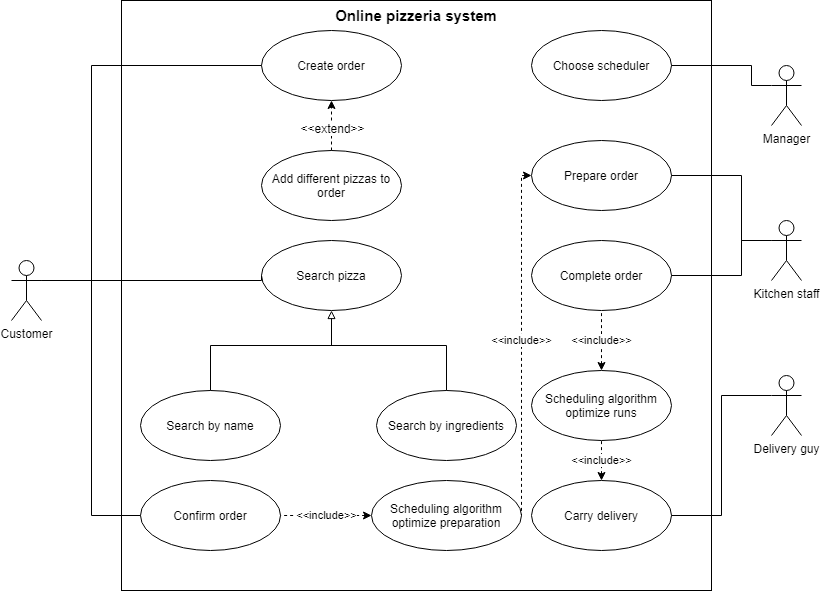
The draw.io diagram docs/assets/images/PizzeriaUseCaseUML.png in tamas-balog/afp2-harmas-csapat, before a commit. Source tidied: cells renumbered, new cells last; positions are measured from the earlier drawing's top-left corner, leaving out a move shared by most shapes.
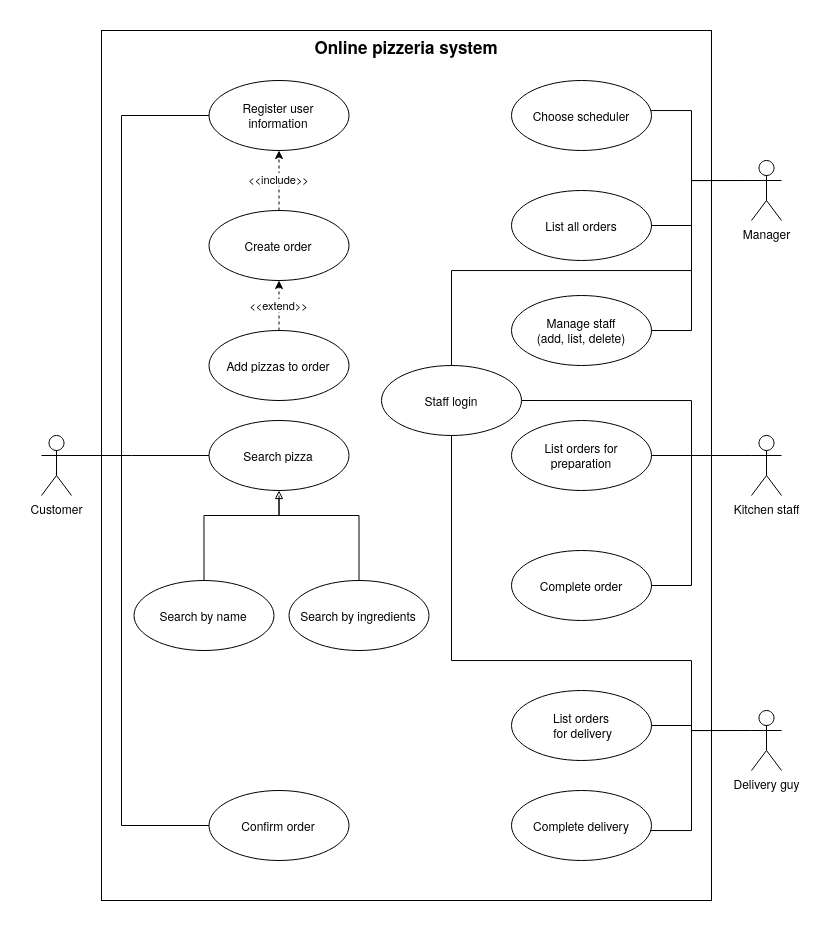
The same diagram one commit later.

Commit message:
Change use case UML diagram

Change to the diagram source:
```diff
@@ -2,146 +2,192 @@
   <root>
     <mxCell id="0" />
     <mxCell id="1" parent="0" />
-    <mxCell id="2" value="Online pizzeria system" style="whiteSpace=wrap;html=1;fillColor=none;verticalAlign=top;fontStyle=1;fontSize=15;" parent="1" vertex="1">
-      <mxGeometry x="110" width="590" height="590" as="geometry" />
+    <mxCell id="2" value="Online pizzeria system" style="rounded=0;whiteSpace=wrap;html=1;labelBackgroundColor=none;fillColor=none;fontColor=#000000;align=center;verticalAlign=top;fontStyle=1;fontSize=17;" parent="1" vertex="1">
+      <mxGeometry x="-160" y="20" width="610" height="870" as="geometry" />
     </mxCell>
-    <mxCell id="3" style="edgeStyle=orthogonalEdgeStyle;rounded=0;jettySize=auto;html=1;exitX=1;exitY=0.3333333333333333;exitDx=0;exitDy=0;exitPerimeter=0;entryX=0;entryY=0.5;entryDx=0;entryDy=0;endArrow=none;endFill=0;" parent="1" edge="1" source="6" target="9">
+    <mxCell id="3" style="edgeStyle=orthogonalEdgeStyle;rounded=0;jettySize=auto;html=1;exitX=1;exitY=0.3333333333333333;exitDx=0;exitDy=0;exitPerimeter=0;entryX=0;entryY=0.5;entryDx=0;entryDy=0;endArrow=none;endFill=0;" parent="1" edge="1" source="6" target="35">
       <mxGeometry relative="1" as="geometry">
         <Array as="points">
-          <mxPoint x="80" y="280" />
-          <mxPoint x="80" y="65" />
+          <mxPoint x="-140" y="445" />
+          <mxPoint x="-140" y="105" />
         </Array>
       </mxGeometry>
     </mxCell>
     <mxCell id="4" style="edgeStyle=orthogonalEdgeStyle;rounded=0;jettySize=auto;html=1;exitX=1;exitY=0.3333333333333333;exitDx=0;exitDy=0;exitPerimeter=0;entryX=0;entryY=0.5;entryDx=0;entryDy=0;endArrow=none;endFill=0;" parent="1" edge="1" source="6" target="14">
       <mxGeometry relative="1" as="geometry">
         <Array as="points">
-          <mxPoint x="250" y="280" />
+          <mxPoint x="-130" y="445" />
+          <mxPoint x="-130" y="445" />
         </Array>
       </mxGeometry>
     </mxCell>
     <mxCell id="5" style="edgeStyle=orthogonalEdgeStyle;rounded=0;jettySize=auto;html=1;exitX=1;exitY=0.3333333333333333;exitDx=0;exitDy=0;exitPerimeter=0;entryX=0;entryY=0.5;entryDx=0;entryDy=0;startArrow=none;startFill=0;endArrow=none;endFill=0;" parent="1" edge="1" source="6" target="31">
       <mxGeometry relative="1" as="geometry">
         <Array as="points">
-          <mxPoint x="80" y="280" />
-          <mxPoint x="80" y="515" />
+          <mxPoint x="-140" y="445" />
+          <mxPoint x="-140" y="815" />
         </Array>
       </mxGeometry>
     </mxCell>
     <mxCell id="6" value="Customer" style="shape=umlActor;verticalLabelPosition=bottom;labelBackgroundColor=#ffffff;verticalAlign=top;html=1;outlineConnect=0;fillColor=none;" parent="1" vertex="1">
-      <mxGeometry y="260" width="30" height="60" as="geometry" />
+      <mxGeometry x="-220" y="425" width="30" height="60" as="geometry" />
     </mxCell>
-    <mxCell id="7" style="edgeStyle=orthogonalEdgeStyle;rounded=0;jettySize=auto;html=1;exitX=0;exitY=0.3333333333333333;exitDx=0;exitDy=0;exitPerimeter=0;entryX=1;entryY=0.5;entryDx=0;entryDy=0;endArrow=none;endFill=0;" parent="1" edge="1" source="8" target="21">
-      <mxGeometry relative="1" as="geometry" />
-    </mxCell>
     <mxCell id="8" value="Delivery guy" style="shape=umlActor;verticalLabelPosition=bottom;labelBackgroundColor=#ffffff;verticalAlign=top;html=1;outlineConnect=0;fillColor=none;" parent="1" vertex="1">
-      <mxGeometry x="760" y="375" width="30" height="60" as="geometry" />
+      <mxGeometry x="490" y="700" width="30" height="60" as="geometry" />
     </mxCell>
+    <mxCell id="34" value="&lt;div&gt;&amp;lt;&amp;lt;include&amp;gt;&amp;gt;&lt;/div&gt;" style="edgeStyle=orthogonalEdgeStyle;rounded=0;jettySize=auto;html=1;endArrow=classic;endFill=1;dashed=1;" parent="1" edge="1" source="9" target="35">
+      <mxGeometry relative="1" as="geometry" />
+    </mxCell>
     <mxCell id="9" value="Create order" style="ellipse;whiteSpace=wrap;html=1;fillColor=none;" parent="1" vertex="1">
-      <mxGeometry x="250" y="30" width="140" height="70" as="geometry" />
+      <mxGeometry x="-52.5" y="200" width="140" height="70" as="geometry" />
     </mxCell>
+    <mxCell id="35" value="Register user&lt;br&gt;information" style="ellipse;whiteSpace=wrap;html=1;fillColor=none;" parent="1" vertex="1">
+      <mxGeometry x="-52.5" y="70" width="140" height="70" as="geometry" />
+    </mxCell>
+    <mxCell id="36" style="edgeStyle=orthogonalEdgeStyle;rounded=0;jettySize=auto;html=1;exitX=1;exitY=0.5;exitDx=0;exitDy=0;endArrow=none;endFill=0;" parent="1" edge="1" source="39">
+      <mxGeometry relative="1" as="geometry">
+        <mxPoint x="440" y="445" as="targetPoint" />
+        <Array as="points">
+          <mxPoint x="430" y="390" />
+          <mxPoint x="430" y="445" />
+        </Array>
+      </mxGeometry>
+    </mxCell>
+    <mxCell id="37" style="edgeStyle=orthogonalEdgeStyle;rounded=0;jettySize=auto;html=1;exitX=0.5;exitY=1;exitDx=0;exitDy=0;endArrow=none;endFill=0;" parent="1" edge="1" source="39">
+      <mxGeometry relative="1" as="geometry">
+        <mxPoint x="430" y="720" as="targetPoint" />
+        <Array as="points">
+          <mxPoint x="190" y="650" />
+          <mxPoint x="430" y="650" />
+        </Array>
+      </mxGeometry>
+    </mxCell>
+    <mxCell id="38" style="edgeStyle=orthogonalEdgeStyle;rounded=0;jettySize=auto;html=1;exitX=0.5;exitY=0;exitDx=0;exitDy=0;entryX=0;entryY=0.3333333333333333;entryDx=0;entryDy=0;entryPerimeter=0;endArrow=none;endFill=0;" parent="1" edge="1" source="39" target="19">
+      <mxGeometry relative="1" as="geometry">
+        <Array as="points">
+          <mxPoint x="190" y="260" />
+          <mxPoint x="430" y="260" />
+          <mxPoint x="430" y="170" />
+        </Array>
+      </mxGeometry>
+    </mxCell>
+    <mxCell id="39" value="&lt;div&gt;Staff login&lt;/div&gt;" style="ellipse;whiteSpace=wrap;html=1;fillColor=none;" parent="1" vertex="1">
+      <mxGeometry x="120" y="355" width="140" height="70" as="geometry" />
+    </mxCell>
-    <mxCell id="10" style="edgeStyle=orthogonalEdgeStyle;rounded=0;jettySize=auto;html=1;exitX=0.5;exitY=0;exitDx=0;exitDy=0;entryX=0.5;entryY=1;entryDx=0;entryDy=0;dashed=1;endArrow=classic;endFill=1;" parent="1" edge="1" source="12" target="9">
+    <mxCell id="10" value="&amp;lt;&amp;lt;extend&amp;gt;&amp;gt;" style="edgeStyle=orthogonalEdgeStyle;rounded=0;jettySize=auto;html=1;exitX=0.5;exitY=0;exitDx=0;exitDy=0;entryX=0.5;entryY=1;entryDx=0;entryDy=0;dashed=1;endArrow=classic;endFill=1;" parent="1" edge="1" source="12" target="9">
       <mxGeometry relative="1" as="geometry" />
     </mxCell>
-    <mxCell id="11" value="&amp;lt;&amp;lt;extend&amp;gt;&amp;gt;" style="text;html=1;align=center;verticalAlign=middle;labelBackgroundColor=#ffffff;" parent="10" vertex="1">
-      <mxGeometry x="0.32" y="1" relative="1" as="geometry">
-        <mxPoint x="1" y="10" as="offset" />
-      </mxGeometry>
-    </mxCell>
-    <mxCell id="12" value="Add different pizzas to order" style="ellipse;whiteSpace=wrap;html=1;fillColor=none;" parent="1" vertex="1">
-      <mxGeometry x="250" y="150" width="140" height="70" as="geometry" />
+    <mxCell id="12" value="Add pizzas to order" style="ellipse;whiteSpace=wrap;html=1;fillColor=none;" parent="1" vertex="1">
+      <mxGeometry x="-52.5" y="320" width="140" height="70" as="geometry" />
     </mxCell>
     <mxCell id="13" style="edgeStyle=orthogonalEdgeStyle;rounded=0;jettySize=auto;html=1;endArrow=none;endFill=0;startArrow=block;startFill=0;" parent="1" edge="1" source="14" target="15">
       <mxGeometry relative="1" as="geometry">
         <Array as="points">
-          <mxPoint x="320" y="345" />
-          <mxPoint x="199" y="345" />
+          <mxPoint x="17.5" y="505" />
+          <mxPoint x="-57.5" y="505" />
         </Array>
       </mxGeometry>
     </mxCell>
     <mxCell id="14" value="Search pizza" style="ellipse;whiteSpace=wrap;html=1;fillColor=none;" parent="1" vertex="1">
-      <mxGeometry x="250" y="240" width="140" height="70" as="geometry" />
+      <mxGeometry x="-52.5" y="410" width="140" height="70" as="geometry" />
     </mxCell>
     <mxCell id="15" value="Search by name" style="ellipse;whiteSpace=wrap;html=1;fillColor=none;" parent="1" vertex="1">
-      <mxGeometry x="129" y="390" width="140" height="70" as="geometry" />
+      <mxGeometry x="-127.5" y="570" width="140" height="70" as="geometry" />
     </mxCell>
     <mxCell id="16" style="edgeStyle=orthogonalEdgeStyle;rounded=0;jettySize=auto;html=1;exitX=0.5;exitY=0;exitDx=0;exitDy=0;startArrow=none;startFill=0;endArrow=none;endFill=0;" parent="1" edge="1" source="17">
       <mxGeometry relative="1" as="geometry">
-        <mxPoint x="260" y="345" as="targetPoint" />
+        <mxPoint x="17.5" y="485" as="targetPoint" />
         <Array as="points">
-          <mxPoint x="435" y="345" />
+          <mxPoint x="97.5" y="505" />
+          <mxPoint x="17.5" y="505" />
         </Array>
       </mxGeometry>
     </mxCell>
     <mxCell id="17" value="Search by ingredients" style="ellipse;whiteSpace=wrap;html=1;fillColor=none;" parent="1" vertex="1">
-      <mxGeometry x="365" y="390" width="140" height="70" as="geometry" />
+      <mxGeometry x="27.5" y="570" width="140" height="70" as="geometry" />
     </mxCell>
     <mxCell id="18" style="edgeStyle=orthogonalEdgeStyle;rounded=0;jettySize=auto;html=1;exitX=0;exitY=0.3333333333333333;exitDx=0;exitDy=0;exitPerimeter=0;endArrow=none;endFill=0;" parent="1" edge="1" source="19" target="20">
       <mxGeometry relative="1" as="geometry">
         <Array as="points">
-          <mxPoint x="740" y="85" />
-          <mxPoint x="740" y="65" />
+          <mxPoint x="430" y="170" />
+          <mxPoint x="430" y="100" />
         </Array>
       </mxGeometry>
     </mxCell>
+    <mxCell id="40" style="edgeStyle=orthogonalEdgeStyle;rounded=0;jettySize=auto;html=1;endArrow=none;endFill=0;fontSize=17;fontColor=#000000;entryX=1;entryY=0.5;entryDx=0;entryDy=0;exitX=0;exitY=0.3333333333333333;exitDx=0;exitDy=0;exitPerimeter=0;" parent="1" edge="1" source="19" target="47">
+      <mxGeometry relative="1" as="geometry">
+        <Array as="points">
+          <mxPoint x="430" y="170" />
+          <mxPoint x="430" y="215" />
+        </Array>
+      </mxGeometry>
+    </mxCell>
     <mxCell id="19" value="Manager" style="shape=umlActor;verticalLabelPosition=bottom;labelBackgroundColor=#ffffff;verticalAlign=top;html=1;fillColor=none;" parent="1" vertex="1">
-      <mxGeometry x="760" y="65" width="30" height="60" as="geometry" />
+      <mxGeometry x="490" y="150" width="30" height="60" as="geometry" />
     </mxCell>
     <mxCell id="20" value="Choose scheduler" style="ellipse;whiteSpace=wrap;html=1;fillColor=none;" parent="1" vertex="1">
-      <mxGeometry x="520" y="30" width="140" height="70" as="geometry" />
+      <mxGeometry x="250" y="70" width="140" height="70" as="geometry" />
     </mxCell>
-    <mxCell id="21" value="Carry delivery" style="ellipse;whiteSpace=wrap;html=1;fillColor=none;" parent="1" vertex="1">
-      <mxGeometry x="520" y="480" width="140" height="70" as="geometry" />
-    </mxCell>
-    <mxCell id="22" value="&amp;lt;&amp;lt;include&amp;gt;&amp;gt;" style="edgeStyle=orthogonalEdgeStyle;rounded=0;jettySize=auto;html=1;entryX=1;entryY=0.5;entryDx=0;entryDy=0;startArrow=classic;startFill=1;endArrow=none;endFill=0;dashed=1;exitX=0;exitY=0.5;exitDx=0;exitDy=0;" parent="1" edge="1" source="24" target="23">
-      <mxGeometry relative="1" as="geometry">
-        <Array as="points">
-          <mxPoint x="510" y="175" />
-        </Array>
-      </mxGeometry>
-    </mxCell>
-    <mxCell id="23" value="Scheduling algorithm optimize preparation" style="ellipse;whiteSpace=wrap;html=1;fillColor=none;" parent="1" vertex="1">
-      <mxGeometry x="360" y="480" width="150" height="70" as="geometry" />
-    </mxCell>
-    <mxCell id="24" value="Prepare order" style="ellipse;whiteSpace=wrap;html=1;fillColor=none;" parent="1" vertex="1">
-      <mxGeometry x="520" y="140" width="140" height="70" as="geometry" />
-    </mxCell>
-    <mxCell id="25" style="edgeStyle=orthogonalEdgeStyle;rounded=0;jettySize=auto;html=1;startArrow=none;startFill=0;endArrow=none;endFill=0;entryX=1;entryY=0.5;entryDx=0;entryDy=0;exitX=0;exitY=0.3333333333333333;exitDx=0;exitDy=0;exitPerimeter=0;" parent="1" edge="1" source="27" target="24">
-      <mxGeometry relative="1" as="geometry">
-        <Array as="points">
-          <mxPoint x="730" y="240" />
-          <mxPoint x="730" y="175" />
-        </Array>
-      </mxGeometry>
-    </mxCell>
+    <mxCell id="41" style="edgeStyle=orthogonalEdgeStyle;rounded=0;jettySize=auto;html=1;endArrow=none;endFill=0;exitX=0;exitY=0.3333333333333333;exitDx=0;exitDy=0;exitPerimeter=0;" parent="1" edge="1" source="8" target="42">
+      <mxGeometry relative="1" as="geometry">
+        <Array as="points">
+          <mxPoint x="430" y="720" />
+          <mxPoint x="430" y="820" />
+        </Array>
+      </mxGeometry>
+    </mxCell>
+    <mxCell id="42" value="&lt;div&gt;Complete delivery&lt;/div&gt;" style="ellipse;whiteSpace=wrap;html=1;fillColor=none;" parent="1" vertex="1">
+      <mxGeometry x="250" y="780" width="140" height="70" as="geometry" />
+    </mxCell>
     <mxCell id="26" style="edgeStyle=orthogonalEdgeStyle;rounded=0;jettySize=auto;html=1;exitX=0;exitY=0.3333333333333333;exitDx=0;exitDy=0;exitPerimeter=0;entryX=1;entryY=0.5;entryDx=0;entryDy=0;startArrow=none;startFill=0;endArrow=none;endFill=0;" parent="1" edge="1" source="27" target="33">
       <mxGeometry relative="1" as="geometry">
         <Array as="points">
-          <mxPoint x="730" y="240" />
-          <mxPoint x="730" y="275" />
+          <mxPoint x="430" y="445" />
+          <mxPoint x="430" y="575" />
         </Array>
       </mxGeometry>
     </mxCell>
     <mxCell id="27" value="Kitchen staff" style="shape=umlActor;verticalLabelPosition=bottom;labelBackgroundColor=#ffffff;verticalAlign=top;html=1;fillColor=none;" parent="1" vertex="1">
-      <mxGeometry x="760" y="220" width="30" height="60" as="geometry" />
+      <mxGeometry x="490" y="425" width="30" height="60" as="geometry" />
     </mxCell>
-    <mxCell id="28" value="&amp;lt;&amp;lt;include&amp;gt;&amp;gt;" style="edgeStyle=orthogonalEdgeStyle;rounded=0;jettySize=auto;html=1;startArrow=classic;startFill=1;endArrow=none;endFill=0;dashed=1;exitX=0.5;exitY=0;exitDx=0;exitDy=0;entryX=0.5;entryY=1;entryDx=0;entryDy=0;" parent="1" edge="1" source="21" target="29">
-      <mxGeometry relative="1" as="geometry" />
-    </mxCell>
-    <mxCell id="29" value="Scheduling algorithm optimize runs" style="ellipse;whiteSpace=wrap;html=1;fillColor=none;" parent="1" vertex="1">
-      <mxGeometry x="520" y="370" width="140" height="70" as="geometry" />
-    </mxCell>
-    <mxCell id="30" value="&amp;lt;&amp;lt;include&amp;gt;&amp;gt;" style="edgeStyle=orthogonalEdgeStyle;rounded=0;jettySize=auto;html=1;startArrow=classic;startFill=1;endArrow=none;endFill=0;dashed=1;entryX=1;entryY=0.5;entryDx=0;entryDy=0;exitX=0;exitY=0.5;exitDx=0;exitDy=0;" parent="1" edge="1" source="23" target="31">
-      <mxGeometry x="-0.01" relative="1" as="geometry" />
-    </mxCell>
     <mxCell id="31" value="Confirm order" style="ellipse;whiteSpace=wrap;html=1;fillColor=none;" parent="1" vertex="1">
-      <mxGeometry x="129" y="480" width="140" height="70" as="geometry" />
+      <mxGeometry x="-52.5" y="780" width="140" height="70" as="geometry" />
     </mxCell>
-    <mxCell id="32" value="&amp;lt;&amp;lt;include&amp;gt;&amp;gt;" style="edgeStyle=orthogonalEdgeStyle;rounded=0;jettySize=auto;html=1;dashed=1;startArrow=classic;startFill=1;endArrow=none;endFill=0;entryX=0.5;entryY=1;entryDx=0;entryDy=0;exitX=0.5;exitY=0;exitDx=0;exitDy=0;" parent="1" edge="1" source="29" target="33">
-      <mxGeometry relative="1" as="geometry" />
-    </mxCell>
     <mxCell id="33" value="Complete order" style="ellipse;whiteSpace=wrap;html=1;fillColor=none;" parent="1" vertex="1">
-      <mxGeometry x="520" y="240" width="140" height="70" as="geometry" />
+      <mxGeometry x="250" y="540" width="140" height="70" as="geometry" />
     </mxCell>
+    <mxCell id="43" style="edgeStyle=orthogonalEdgeStyle;rounded=0;jettySize=auto;html=1;endArrow=none;endFill=0;entryX=0;entryY=0.3333333333333333;entryDx=0;entryDy=0;entryPerimeter=0;" parent="1" edge="1" source="44" target="8">
+      <mxGeometry relative="1" as="geometry">
+        <Array as="points">
+          <mxPoint x="430" y="715" />
+          <mxPoint x="430" y="720" />
+        </Array>
+      </mxGeometry>
+    </mxCell>
+    <mxCell id="44" value="&lt;div&gt;List orders&lt;/div&gt;&lt;div&gt;&amp;nbsp;for delivery&lt;/div&gt;" style="ellipse;whiteSpace=wrap;html=1;fillColor=none;" parent="1" vertex="1">
+      <mxGeometry x="250" y="680" width="140" height="70" as="geometry" />
+    </mxCell>
+    <mxCell id="45" style="edgeStyle=orthogonalEdgeStyle;rounded=0;jettySize=auto;html=1;endArrow=none;endFill=0;entryX=0;entryY=0.3333333333333333;entryDx=0;entryDy=0;entryPerimeter=0;" parent="1" edge="1" source="46" target="27">
+      <mxGeometry relative="1" as="geometry">
+        <Array as="points">
+          <mxPoint x="390" y="445" />
+          <mxPoint x="390" y="445" />
+        </Array>
+      </mxGeometry>
+    </mxCell>
+    <mxCell id="46" value="&lt;div&gt;List orders for&lt;br&gt; preparation&lt;/div&gt;" style="ellipse;whiteSpace=wrap;html=1;fillColor=none;" parent="1" vertex="1">
+      <mxGeometry x="250" y="410" width="140" height="70" as="geometry" />
+    </mxCell>
+    <mxCell id="47" value="&lt;div&gt;List all orders&lt;/div&gt;" style="ellipse;whiteSpace=wrap;html=1;fillColor=none;" parent="1" vertex="1">
+      <mxGeometry x="250" y="180" width="140" height="70" as="geometry" />
+    </mxCell>
+    <mxCell id="48" style="edgeStyle=orthogonalEdgeStyle;rounded=0;jettySize=auto;html=1;exitX=1;exitY=0.5;exitDx=0;exitDy=0;endArrow=none;endFill=0;" parent="1" edge="1" source="49">
+      <mxGeometry relative="1" as="geometry">
+        <mxPoint x="430" y="230" as="targetPoint" />
+      </mxGeometry>
+    </mxCell>
+    <mxCell id="49" value="Manage staff&lt;br&gt;(add, list, delete)" style="ellipse;whiteSpace=wrap;html=1;fillColor=none;" parent="1" vertex="1">
+      <mxGeometry x="250" y="285" width="140" height="70" as="geometry" />
+    </mxCell>
   </root>
 </mxGraphModel>
```
